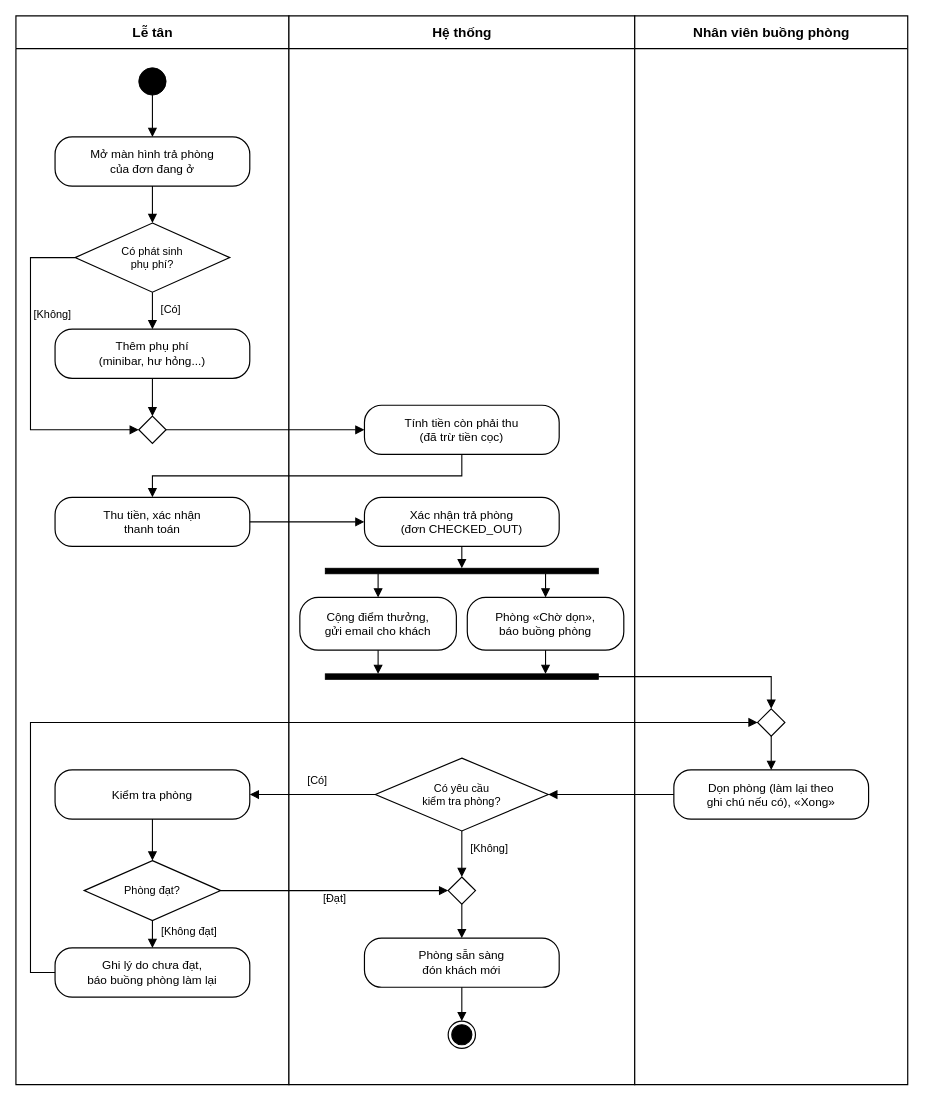
Earlier version of the draw.io diagram docs/thiet-ke/hd-tra-phong-don-phong.drawio (ngynquchn2511/beach-hotel). Source tidied: cells renumbered, new cells numbered last; positions are measured from the earlier drawing's top-left corner, leaving out a move shared by most shapes. Both pictures are drawn from the tidied source at 91%, with x=0, y=0 at pixel (15, 15).
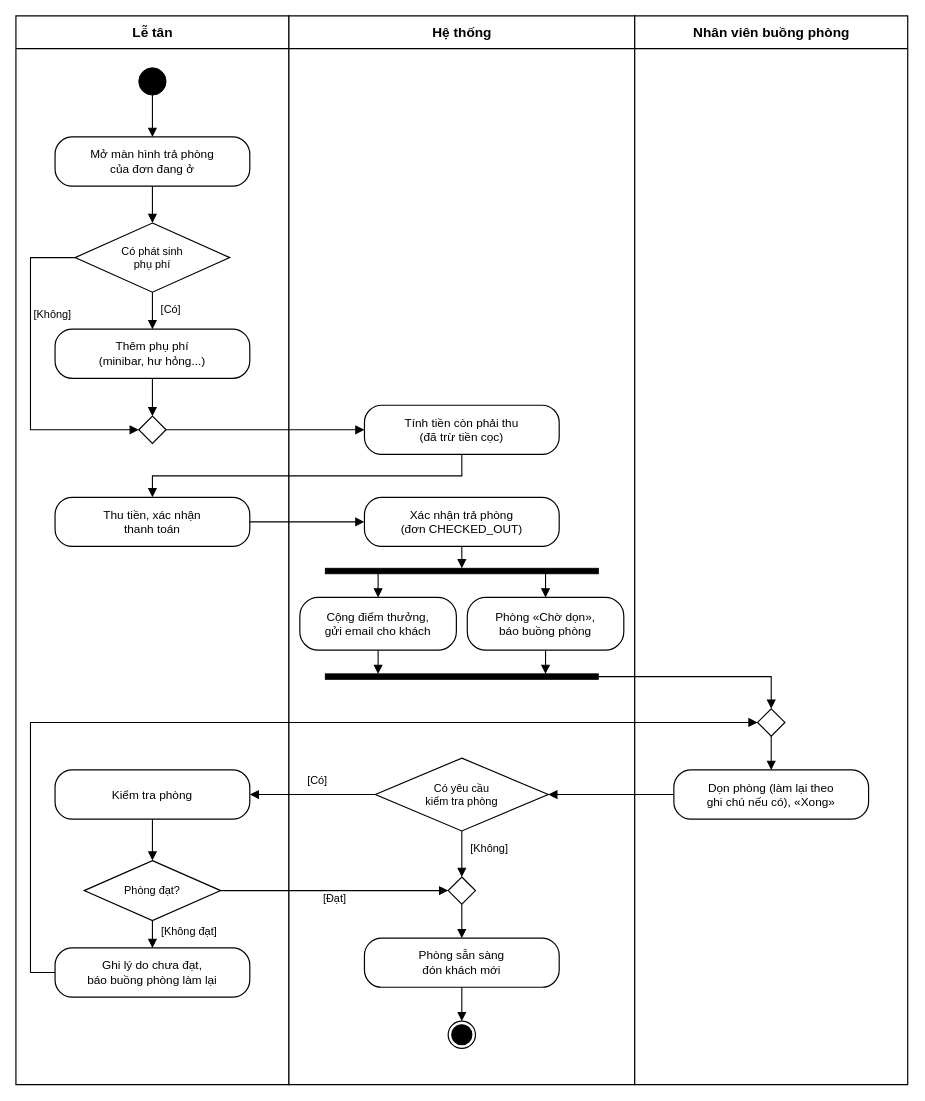
After the change.

Change to the diagram source:
```diff
@@
-    <mxCell id="7" value="Có phát sinh&lt;br&gt;phụ phí?" style="fontFamily=Arial;fontColor=#000000;rhombus;whiteSpace=wrap;html=1;fillColor=#FFFFFF;strokeColor=#000000;strokeWidth=1.3;fontSize=12;" parent="1" vertex="1">
+    <mxCell id="7" value="Có phát sinh&lt;br&gt;phụ phí" style="fontFamily=Arial;fontColor=#000000;rhombus;whiteSpace=wrap;html=1;fillColor=#FFFFFF;strokeColor=#000000;strokeWidth=1.3;fontSize=12;" parent="1" vertex="1">
       <mxGeometry x="65" y="227.6" width="170" height="76" as="geometry" />
     </mxCell>
@@
-    <mxCell id="15" value="Có yêu cầu&lt;br&gt;kiểm tra phòng?" style="fontFamily=Arial;fontColor=#000000;rhombus;whiteSpace=wrap;html=1;fillColor=#FFFFFF;strokeColor=#000000;strokeWidth=1.3;fontSize=12;" parent="1" vertex="1">
+    <mxCell id="15" value="Có yêu cầu&lt;br&gt;kiểm tra phòng" style="fontFamily=Arial;fontColor=#000000;rhombus;whiteSpace=wrap;html=1;fillColor=#FFFFFF;strokeColor=#000000;strokeWidth=1.3;fontSize=12;" parent="1" vertex="1">
       <mxGeometry x="395" y="815.6" width="190" height="80" as="geometry" />
     </mxCell>
```
